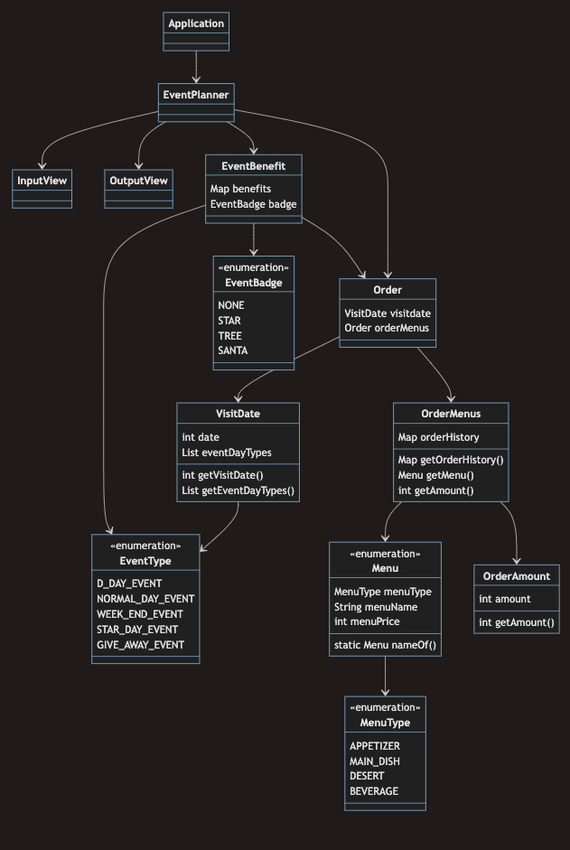
This is docs/class_diagram.png from onetuks/java-christmas-6-SeYoE, a Mermaid export, as it was before one commit. Its source is kept beside it as docs/class_diagram.mermaid.
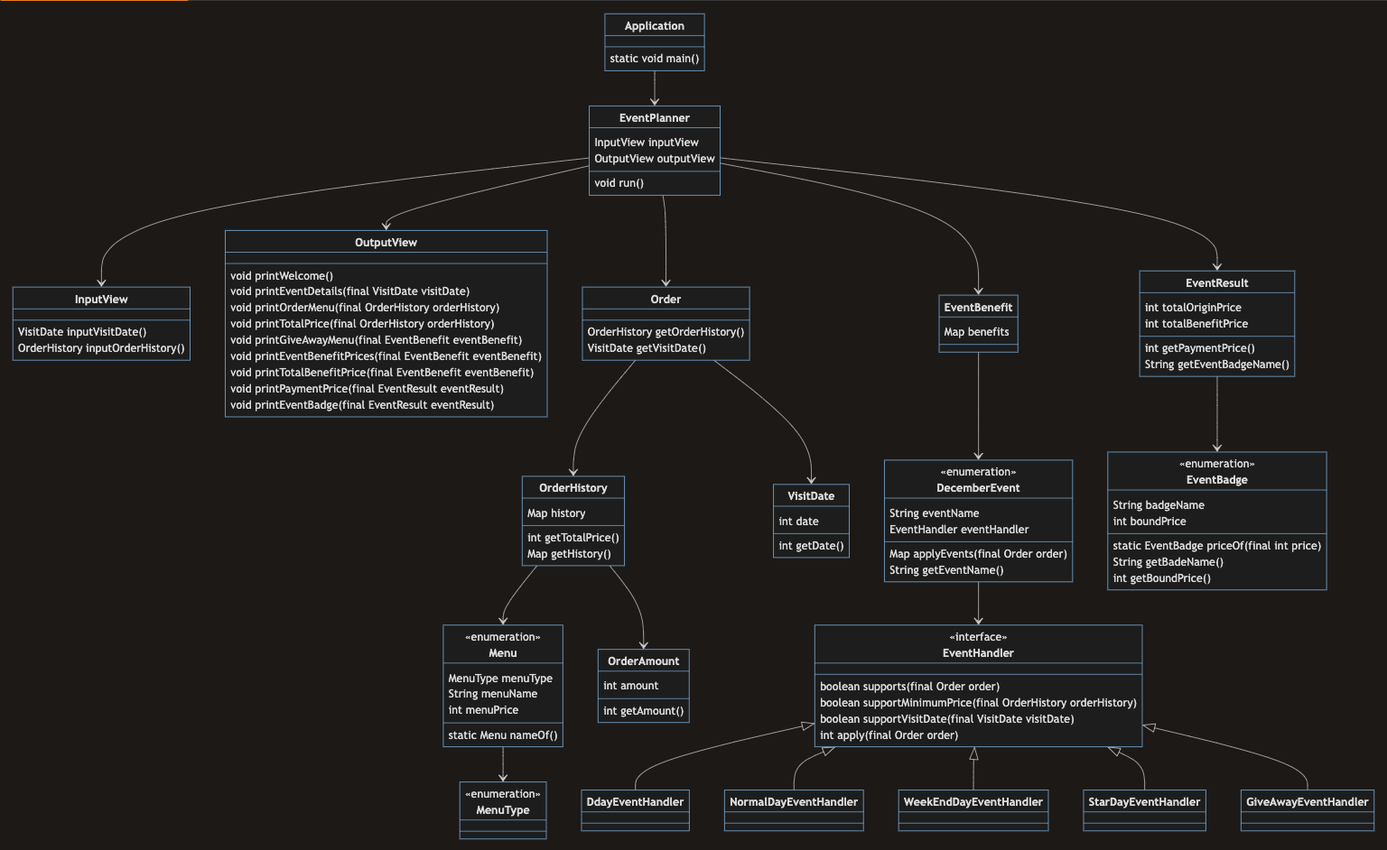
Later version of the same file.

Commit message:
Docs: 수정사항 클래스 다이어그램 반영

What changed in the source:
```diff
@@ -1,31 +1,52 @@
 classDiagram
-    class Application
+    class Application {
+        static void main()
+    }
     Application --> EventPlanner
 
-    class EventPlanner
+    class EventPlanner {
+        InputView inputView
+        OutputView outputView
+        void run()
+    }
     EventPlanner --> InputView
     EventPlanner --> OutputView
     EventPlanner --> Order
     EventPlanner --> EventBenefit
-    class InputView
-    class OutputView
+    EventPlanner --> EventResult
+    class InputView {
+        VisitDate inputVisitDate()
+        OrderHistory inputOrderHistory()
+    }
+    class OutputView {
+        void printWelcome()
+        void printEventDetails(final VisitDate visitDate)
+        void printOrderMenu(final OrderHistory orderHistory)
+        void printTotalPrice(final OrderHistory orderHistory)
+        void printGiveAwayMenu(final EventBenefit eventBenefit)
+        void printEventBenefitPrices(final EventBenefit eventBenefit)
+        void printTotalBenefitPrice(final EventBenefit eventBenefit)
+        void printPaymentPrice(final EventResult eventResult)
+        void printEventBadge(final EventResult eventResult)
+    }
 
     class Order {
-        VisitDate visitdate
-        Order order
+        OrderHistory getOrderHistory()
+        VisitDate getVisitDate()
     }
+    Order --> OrderHistory
     Order --> VisitDate
-
     class VisitDate {
         int date
-        List<EventDayType> eventDayTypes
-        int getVisitDate()
-        List<EventType> getEventDayTypes()
+        int getDate()
     }
-    VisitDate --> EventType
-
-    Order --> Menu
-    Order --> OrderAmount
+    class OrderHistory {
+        Map<Menu, OrderAmount> history
+        int getTotalPrice()
+        Map<Menu, OrderAmount> getHistory()
+    }
+    OrderHistory --> Menu
+    OrderHistory --> OrderAmount
     class OrderAmount {
         int amount
         int getAmount()
@@ -40,31 +61,50 @@
     Menu --> MenuType
     class MenuType {
         <<enumeration>>
-        APPETIZER
-        MAIN_DISH
-        DESERT
-        BEVERAGE
     }
 
     class EventBenefit {
-        Map<EventType, Integer> benefits
-        EventBadge badge
+        Map<DecemberEvent, Integer> benefits
     }
-    EventBenefit --> Order
-    EventBenefit --> EventType
-    EventBenefit --> EventBadge
-    class EventType {
+    EventBenefit --> DecemberEvent
+    class DecemberEvent {
         <<enumeration>>
-        D_DAY_EVENT
-        NORMAL_DAY_EVENT
-        WEEK_END_EVENT
-        STAR_DAY_EVENT
-        GIVE_AWAY_EVENT
+        String eventName
+        EventHandler eventHandler
+        Map<DecemberEvent, Integer> applyEvents(final Order order)
+        String getEventName()
     }
+    DecemberEvent --> EventHandler
+    class EventHandler {
+        <<interface>>
+        boolean supports(final Order order)
+        boolean supportMinimumPrice(final OrderHistory orderHistory)
+        boolean supportVisitDate(final VisitDate visitDate)
+        int apply(final Order order)
+    }
+    EventHandler <|-- DdayEventHandler
+    EventHandler <|-- NormalDayEventHandler
+    EventHandler <|-- WeekEndDayEventHandler
+    EventHandler <|-- StarDayEventHandler
+    EventHandler <|-- GiveAwayEventHandler
+    class DdayEventHandler
+    class NormalDayEventHandler
+    class WeekEndDayEventHandler
+    class StarDayEventHandler
+    class GiveAwayEventHandler
+
+    class EventResult {
+        int totalOriginPrice
+        int totalBenefitPrice
+        int getPaymentPrice()
+        String getEventBadgeName()
+    }
+    EventResult --> EventBadge
     class EventBadge {
         <<enumeration>>
-        NONE
-        STAR
-        TREE
-        SANTA
+        String badgeName
+        int boundPrice
+        static EventBadge priceOf(final int price)
+        String getBadeName()
+        int getBoundPrice()
     }
```
